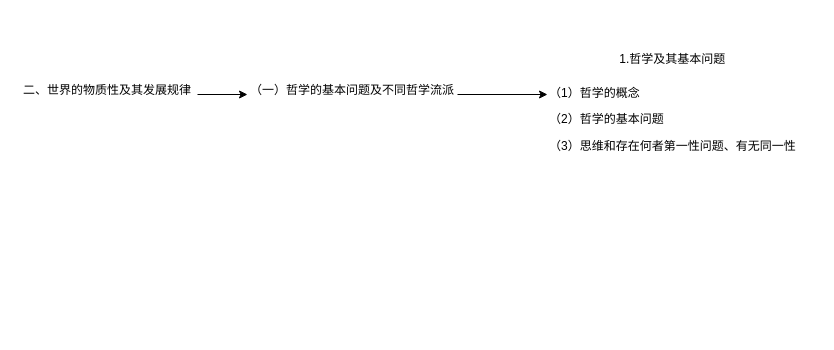
Earlier version of the draw.io diagram 政治.drawio (chwangzi/kaoyan). Source tidied: cells renumbered, new cells numbered last; positions are measured from the earlier drawing's top-left corner, leaving out a move shared by most shapes. Both pictures are drawn from the tidied source at 100%, with x=0, y=0 at pixel (17, 34).
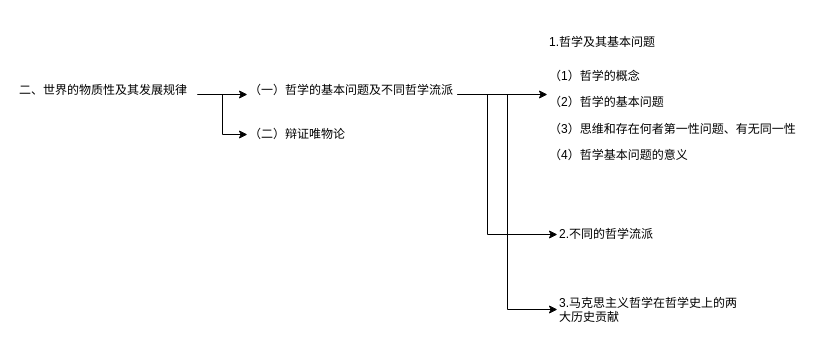
Above is the later version.

Diff of the diagram source:
```diff
@@
 <mxGraphModel>
   <root>
     <mxCell id="0" />
     <mxCell id="1" parent="0" />
-    <mxCell id="2" style="edgeStyle=orthogonalEdgeStyle;rounded=0;jettySize=auto;html=1;" parent="1" edge="1" source="3" target="5">
+    <mxCell id="2" style="edgeStyle=orthogonalEdgeStyle;rounded=0;jettySize=auto;html=1;align=left;" parent="1" edge="1" source="3" target="5">
       <mxGeometry relative="1" as="geometry" />
     </mxCell>
+    <mxCell id="7" style="edgeStyle=orthogonalEdgeStyle;rounded=0;jettySize=auto;html=1;entryX=0;entryY=0.5;entryDx=0;entryDy=0;align=left;" parent="1" edge="1" source="3" target="11">
+      <mxGeometry relative="1" as="geometry" />
+    </mxCell>
-    <mxCell id="3" value="&lt;h1 style=&quot;text-align: left; margin-top: 0px;&quot;&gt;&lt;span style=&quot;font-size: 12px; font-weight: 400; text-align: center;&quot;&gt;二、世界的物质性及其发展规律&lt;/span&gt;&lt;/h1&gt;" style="text;html=1;whiteSpace=wrap;strokeColor=none;fillColor=none;align=center;verticalAlign=middle;rounded=0;" parent="1" vertex="1">
+    <mxCell id="3" value="&lt;h1 style=&quot;margin-top: 0px;&quot;&gt;&lt;span style=&quot;font-size: 12px; font-weight: 400;&quot;&gt;二、世界的物质性及其发展规律&lt;/span&gt;&lt;/h1&gt;" style="text;html=1;whiteSpace=wrap;strokeColor=none;fillColor=none;align=left;verticalAlign=middle;rounded=0;" parent="1" vertex="1">
       <mxGeometry y="45" width="180" height="30" as="geometry" />
     </mxCell>
-    <mxCell id="4" style="edgeStyle=orthogonalEdgeStyle;rounded=0;jettySize=auto;html=1;entryX=0;entryY=0.5;entryDx=0;entryDy=0;" parent="1" edge="1" source="5" target="6">
+    <mxCell id="4" style="edgeStyle=orthogonalEdgeStyle;rounded=0;jettySize=auto;html=1;entryX=0;entryY=0.5;entryDx=0;entryDy=0;align=left;" parent="1" edge="1" source="5" target="6">
       <mxGeometry relative="1" as="geometry" />
     </mxCell>
+    <mxCell id="8" style="edgeStyle=orthogonalEdgeStyle;rounded=0;jettySize=auto;html=1;entryX=0;entryY=0.5;entryDx=0;entryDy=0;align=left;" parent="1" edge="1" source="5" target="10">
+      <mxGeometry relative="1" as="geometry">
+        <Array as="points">
+          <mxPoint x="470" y="60" />
+          <mxPoint x="470" y="200" />
+        </Array>
+      </mxGeometry>
+    </mxCell>
+    <mxCell id="9" style="edgeStyle=orthogonalEdgeStyle;rounded=0;jettySize=auto;html=1;entryX=0;entryY=0.5;entryDx=0;entryDy=0;align=left;" parent="1" edge="1" source="5" target="12">
+      <mxGeometry relative="1" as="geometry" />
+    </mxCell>
-    <mxCell id="5" value="&lt;h1 style=&quot;text-align: left; margin-top: 0px;&quot;&gt;&lt;span style=&quot;font-size: 12px; font-weight: 400; text-align: center;&quot;&gt;（一&lt;/span&gt;&lt;span style=&quot;font-size: 12px; font-weight: 400; text-align: center; background-color: transparent; color: light-dark(rgb(0, 0, 0), rgb(255, 255, 255));&quot;&gt;）哲学的基本问题及不同哲学流派&lt;/span&gt;&lt;/h1&gt;" style="text;html=1;whiteSpace=wrap;strokeColor=none;fillColor=none;align=center;verticalAlign=middle;rounded=0;" parent="1" vertex="1">
+    <mxCell id="5" value="&lt;h1 style=&quot;margin-top: 0px;&quot;&gt;&lt;span style=&quot;font-size: 12px; font-weight: 400;&quot;&gt;（一&lt;/span&gt;&lt;span style=&quot;font-size: 12px; font-weight: 400; background-color: transparent; color: light-dark(rgb(0, 0, 0), rgb(255, 255, 255));&quot;&gt;）哲学的基本问题及不同哲学流派&lt;/span&gt;&lt;/h1&gt;" style="text;html=1;whiteSpace=wrap;strokeColor=none;fillColor=none;align=left;verticalAlign=middle;rounded=0;" parent="1" vertex="1">
       <mxGeometry x="230" y="45" width="210" height="30" as="geometry" />
     </mxCell>
-    <mxCell id="6" value="&lt;h1 style=&quot;text-align: center; margin-top: 0px;&quot;&gt;&lt;span style=&quot;font-size: 12px; font-weight: 400;&quot;&gt;1.哲学及其基本问题&lt;/span&gt;&lt;/h1&gt;&lt;p&gt;（1）哲学的概念&lt;/p&gt;&lt;p&gt;（2）哲学的基本问题&lt;/p&gt;&lt;p&gt;（3）思维和存在何者第一性问题、有无同一性&lt;/p&gt;" style="text;html=1;whiteSpace=wrap;overflow=hidden;rounded=0;" parent="1" vertex="1">
-      <mxGeometry x="530" width="270" height="120" as="geometry" />
+    <mxCell id="6" value="&lt;h1 style=&quot;margin-top: 0px;&quot;&gt;&lt;span style=&quot;font-size: 12px; font-weight: 400;&quot;&gt;1.哲学及其基本问题&lt;/span&gt;&lt;/h1&gt;&lt;p&gt;（1）哲学的概念&lt;/p&gt;&lt;p&gt;（2）哲学的基本问题&lt;/p&gt;&lt;p&gt;（3）思维和存在何者第一性问题、有无同一性&lt;/p&gt;&lt;p&gt;（4）哲学基本问题的意义&lt;/p&gt;&lt;p&gt;&lt;br&gt;&lt;/p&gt;" style="text;html=1;whiteSpace=wrap;overflow=hidden;rounded=0;align=left;" parent="1" vertex="1">
+      <mxGeometry x="530" y="-17.5" width="270" height="155" as="geometry" />
     </mxCell>
+    <mxCell id="10" value="&lt;h1 style=&quot;margin-top: 0px;&quot;&gt;&lt;span style=&quot;background-color: transparent; color: light-dark(rgb(0, 0, 0), rgb(255, 255, 255)); font-size: 12px; font-weight: normal;&quot;&gt;2.不同的哲学流派&lt;/span&gt;&lt;/h1&gt;" style="text;html=1;whiteSpace=wrap;overflow=hidden;rounded=0;align=left;" parent="1" vertex="1">
+      <mxGeometry x="540" y="175" width="180" height="50" as="geometry" />
+    </mxCell>
+    <mxCell id="11" value="（二）辩证唯物论" style="text;html=1;whiteSpace=wrap;strokeColor=none;fillColor=none;align=left;verticalAlign=middle;rounded=0;" parent="1" vertex="1">
+      <mxGeometry x="230" y="85" width="160" height="30" as="geometry" />
+    </mxCell>
+    <mxCell id="12" value="&lt;div&gt;&lt;span style=&quot;background-color: transparent; color: light-dark(rgb(0, 0, 0), rgb(255, 255, 255));&quot;&gt;3.马克思主义哲学在哲学史上的两大历史贡献&lt;/span&gt;&lt;/div&gt;&lt;div&gt;&lt;br&gt;&lt;/div&gt;" style="text;html=1;whiteSpace=wrap;overflow=hidden;rounded=0;align=left;" parent="1" vertex="1">
+      <mxGeometry x="540" y="255" width="180" height="40" as="geometry" />
+    </mxCell>
   </root>
 </mxGraphModel>
```
